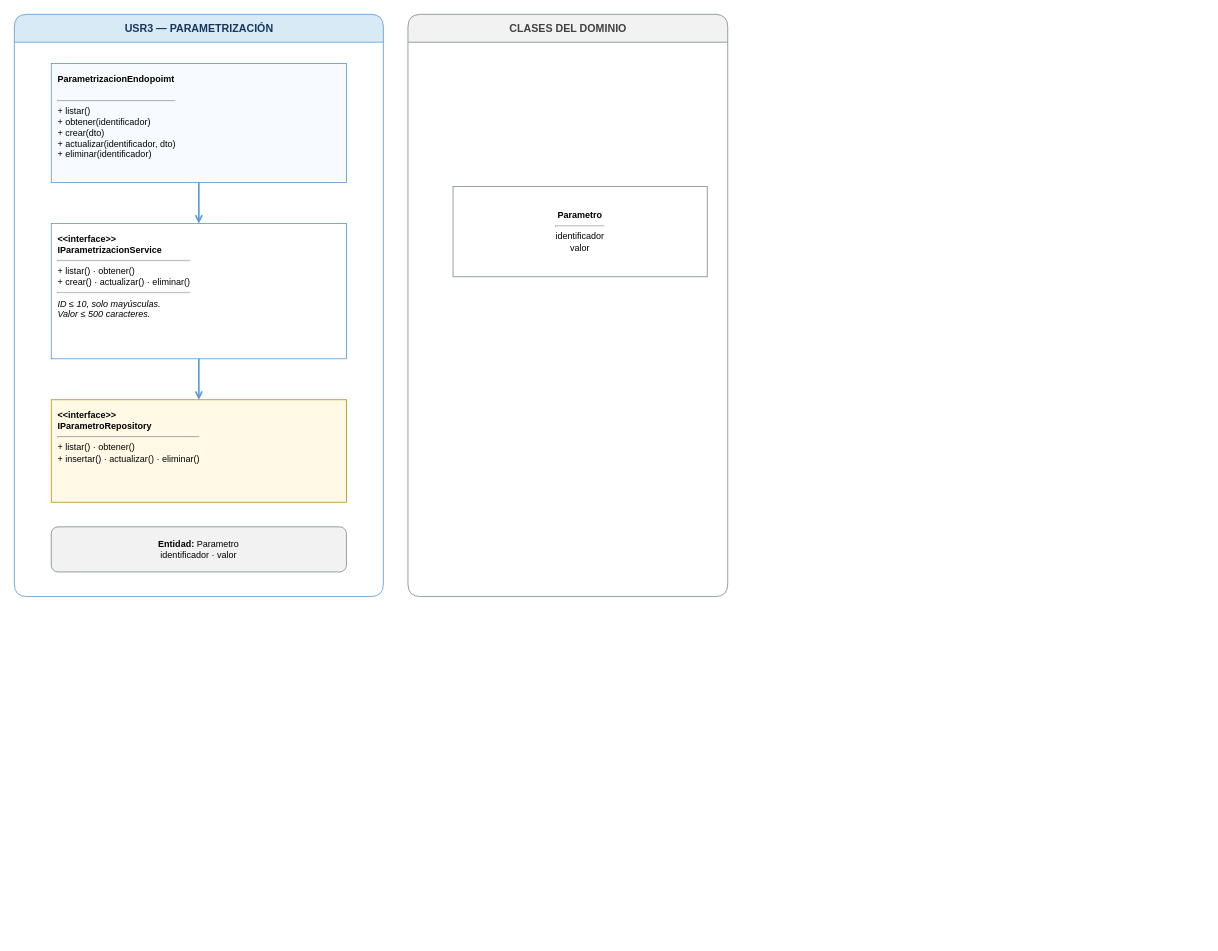
Before: Documentacion/Diagramas Generales/Clases/Microservicios/DiagramaClases_AdministracionParametrizacion.drawio in AskingManCode/MetaU, a draw.io diagram. Source tidied: cells renumbered, new cells numbered last; positions are measured from the earlier drawing's top-left corner, leaving out a move shared by most shapes. Both pictures are drawn from the tidied source at 82%, with x=0, y=0 at pixel (14, 14).
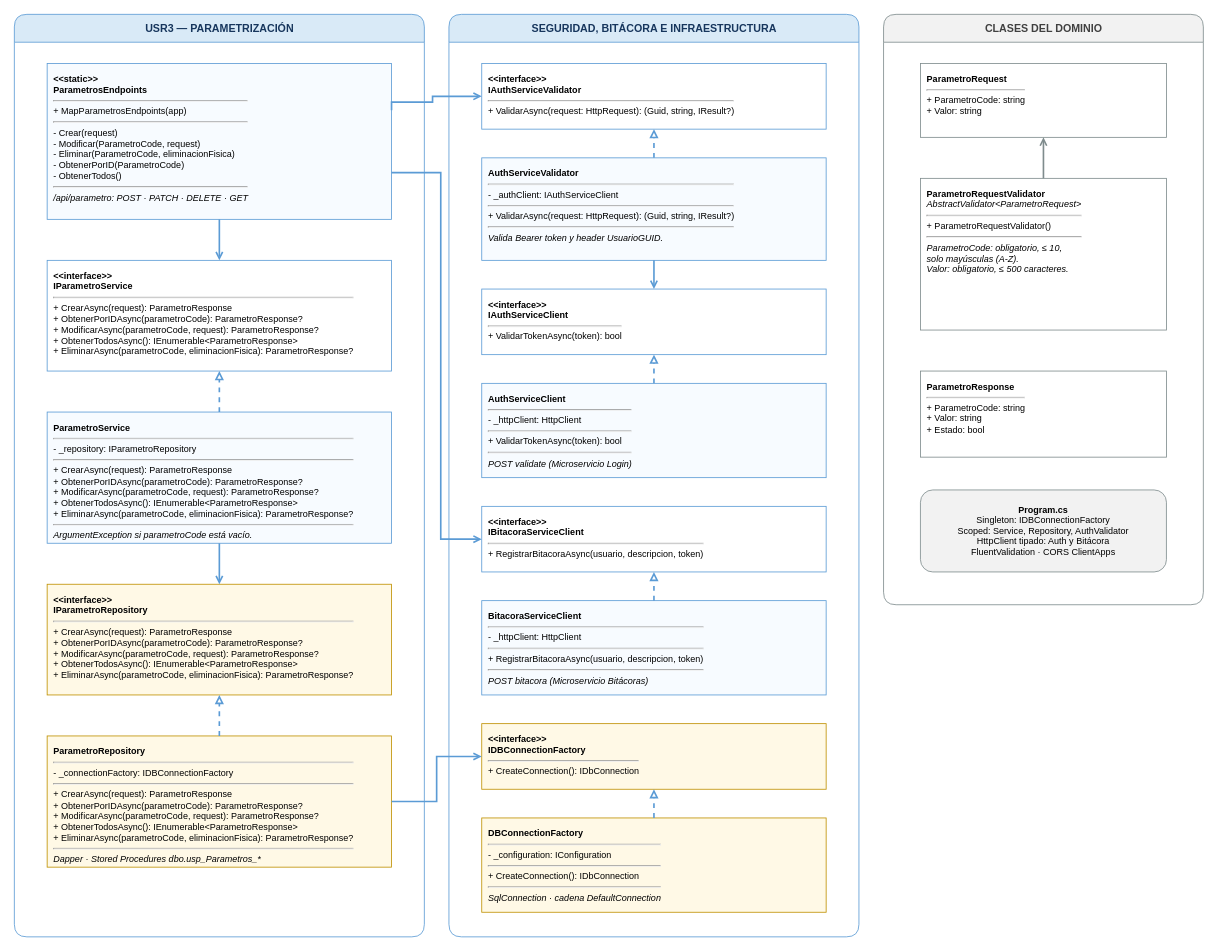
Above is the later version.

Commit message (it also covers changes not shown here):
feat: Agrega documentación y diagramas para el microservicio de parámetros

The edit, as a diff of the source:
```diff
@@
     <mxCell id="2" value="USR3 — PARAMETRIZACIÓN" style="swimlane;html=1;startSize=34;horizontal=1;rounded=1;fillColor=#D9EAF7;swimlaneFillColor=#FFFFFF;strokeColor=#5B9BD5;fontColor=#17365D;fontStyle=1;fontSize=13;" parent="1" vertex="1">
-      <mxGeometry width="450" height="710" as="geometry" />
+      <mxGeometry width="500" height="1125" as="geometry" />
     </mxCell>
+    <mxCell id="11" value="SEGURIDAD, BITÁCORA E INFRAESTRUCTURA" style="swimlane;html=1;startSize=34;horizontal=1;rounded=1;fillColor=#D9EAF7;swimlaneFillColor=#FFFFFF;strokeColor=#5B9BD5;fontColor=#17365D;fontStyle=1;fontSize=13;" parent="1" vertex="1">
+      <mxGeometry x="530" width="500" height="1125" as="geometry" />
+    </mxCell>
     <mxCell id="3" value="CLASES DEL DOMINIO" style="swimlane;html=1;startSize=34;horizontal=1;rounded=1;fillColor=#F2F2F2;swimlaneFillColor=#FFFFFF;strokeColor=#7F8C8D;fontColor=#404040;fontStyle=1;fontSize=13;" parent="1" vertex="1">
-      <mxGeometry x="480" width="390" height="710" as="geometry" />
+      <mxGeometry x="1060" width="390" height="720" as="geometry" />
     </mxCell>
-    <mxCell id="4" value="&lt;b&gt;ParametrizacionEndopoimt&lt;/b&gt;&lt;div&gt;&lt;b&gt;&lt;br&gt;&lt;/b&gt;&lt;hr&gt;+ listar()&lt;br&gt;+ obtener(identificador)&lt;br&gt;+ crear(dto)&lt;br&gt;+ actualizar(identificador, dto)&lt;br&gt;+ eliminar(identificador)&lt;/div&gt;" style="rounded=0;whiteSpace=wrap;html=1;align=left;verticalAlign=top;spacing=8;fillColor=#F7FBFF;strokeColor=#5B9BD5;fontSize=11;" parent="1" vertex="1">
-      <mxGeometry x="45" y="60" width="360" height="145" as="geometry" />
+    <mxCell id="4" value="&lt;b&gt;&amp;lt;&amp;lt;static&amp;gt;&amp;gt;&lt;br&gt;ParametrosEndpoints&lt;/b&gt;&lt;hr&gt;+ MapParametrosEndpoints(app)&lt;hr&gt;- Crear(request)&lt;br&gt;- Modificar(ParametroCode, request)&lt;br&gt;- Eliminar(ParametroCode, eliminacionFisica)&lt;br&gt;- ObtenerPorID(ParametroCode)&lt;br&gt;- ObtenerTodos()&lt;hr&gt;&lt;i&gt;/api/parametro: POST · PATCH · DELETE · GET&lt;/i&gt;" style="rounded=0;whiteSpace=wrap;html=1;align=left;verticalAlign=top;spacing=8;fillColor=#F7FBFF;strokeColor=#5B9BD5;fontSize=11;" parent="1" vertex="1">
+      <mxGeometry x="40" y="60" width="420" height="190" as="geometry" />
     </mxCell>
-    <mxCell id="5" value="&lt;b&gt;&amp;lt;&amp;lt;interface&amp;gt;&amp;gt;&lt;br&gt;IParametrizacionService&lt;/b&gt;&lt;hr&gt;+ listar() · obtener()&lt;br&gt;+ crear() · actualizar() · eliminar()&lt;hr&gt;&lt;i&gt;ID ≤ 10, solo mayúsculas.&lt;br&gt;Valor ≤ 500 caracteres.&lt;/i&gt;" style="rounded=0;whiteSpace=wrap;html=1;align=left;verticalAlign=top;spacing=8;fillColor=#FFFFFF;strokeColor=#5B9BD5;fontSize=11;" parent="1" vertex="1">
-      <mxGeometry x="45" y="255" width="360" height="165" as="geometry" />
+    <mxCell id="5" value="&lt;b&gt;&amp;lt;&amp;lt;interface&amp;gt;&amp;gt;&lt;br&gt;IParametroService&lt;/b&gt;&lt;hr&gt;+ CrearAsync(request): ParametroResponse&lt;br&gt;+ ObtenerPorIDAsync(parametroCode): ParametroResponse?&lt;br&gt;+ ModificarAsync(parametroCode, request): ParametroResponse?&lt;br&gt;+ ObtenerTodosAsync(): IEnumerable&amp;lt;ParametroResponse&amp;gt;&lt;br&gt;+ EliminarAsync(parametroCode, eliminacionFisica): ParametroResponse?" style="rounded=0;whiteSpace=wrap;html=1;align=left;verticalAlign=top;spacing=8;fillColor=#FFFFFF;strokeColor=#5B9BD5;fontSize=11;" parent="1" vertex="1">
+      <mxGeometry x="40" y="300" width="420" height="135" as="geometry" />
     </mxCell>
+    <mxCell id="12" value="&lt;b&gt;ParametroService&lt;/b&gt;&lt;hr&gt;- _repository: IParametroRepository&lt;hr&gt;+ CrearAsync(request): ParametroResponse&lt;br&gt;+ ObtenerPorIDAsync(parametroCode): ParametroResponse?&lt;br&gt;+ ModificarAsync(parametroCode, request): ParametroResponse?&lt;br&gt;+ ObtenerTodosAsync(): IEnumerable&amp;lt;ParametroResponse&amp;gt;&lt;br&gt;+ EliminarAsync(parametroCode, eliminacionFisica): ParametroResponse?&lt;hr&gt;&lt;i&gt;ArgumentException si parametroCode está vacío.&lt;/i&gt;" style="rounded=0;whiteSpace=wrap;html=1;align=left;verticalAlign=top;spacing=8;fillColor=#F7FBFF;strokeColor=#5B9BD5;fontSize=11;" parent="1" vertex="1">
+      <mxGeometry x="40" y="485" width="420" height="160" as="geometry" />
+    </mxCell>
-    <mxCell id="6" value="&lt;b&gt;&amp;lt;&amp;lt;interface&amp;gt;&amp;gt;&lt;br&gt;IParametroRepository&lt;/b&gt;&lt;hr&gt;+ listar() · obtener()&lt;br&gt;+ insertar() · actualizar() · eliminar()" style="rounded=0;whiteSpace=wrap;html=1;align=left;verticalAlign=top;spacing=8;fillColor=#FFF9E6;strokeColor=#BF9000;fontSize=11;" parent="1" vertex="1">
-      <mxGeometry x="45" y="470" width="360" height="125" as="geometry" />
+    <mxCell id="6" value="&lt;b&gt;&amp;lt;&amp;lt;interface&amp;gt;&amp;gt;&lt;br&gt;IParametroRepository&lt;/b&gt;&lt;hr&gt;+ CrearAsync(request): ParametroResponse&lt;br&gt;+ ObtenerPorIDAsync(parametroCode): ParametroResponse?&lt;br&gt;+ ModificarAsync(parametroCode, request): ParametroResponse?&lt;br&gt;+ ObtenerTodosAsync(): IEnumerable&amp;lt;ParametroResponse&amp;gt;&lt;br&gt;+ EliminarAsync(parametroCode, eliminacionFisica): ParametroResponse?" style="rounded=0;whiteSpace=wrap;html=1;align=left;verticalAlign=top;spacing=8;fillColor=#FFF9E6;strokeColor=#BF9000;fontSize=11;" parent="1" vertex="1">
+      <mxGeometry x="40" y="695" width="420" height="135" as="geometry" />
     </mxCell>
-    <mxCell id="7" value="&lt;b&gt;Entidad:&lt;/b&gt; Parametro&lt;br&gt;identificador · valor" style="rounded=1;whiteSpace=wrap;html=1;fillColor=#F2F2F2;strokeColor=#7F8C8D;fontSize=11;" parent="1" vertex="1">
-      <mxGeometry x="45" y="625" width="360" height="55" as="geometry" />
-    </mxCell>
+    <mxCell id="13" value="&lt;b&gt;ParametroRepository&lt;/b&gt;&lt;hr&gt;- _connectionFactory: IDBConnectionFactory&lt;hr&gt;+ CrearAsync(request): ParametroResponse&lt;br&gt;+ ObtenerPorIDAsync(parametroCode): ParametroResponse?&lt;br&gt;+ ModificarAsync(parametroCode, request): ParametroResponse?&lt;br&gt;+ ObtenerTodosAsync(): IEnumerable&amp;lt;ParametroResponse&amp;gt;&lt;br&gt;+ EliminarAsync(parametroCode, eliminacionFisica): ParametroResponse?&lt;hr&gt;&lt;i&gt;Dapper · Stored Procedures dbo.usp_Parametros_*&lt;/i&gt;" style="rounded=0;whiteSpace=wrap;html=1;align=left;verticalAlign=top;spacing=8;fillColor=#FFF9E6;strokeColor=#BF9000;fontSize=11;" parent="1" vertex="1">
+      <mxGeometry x="40" y="880" width="420" height="160" as="geometry" />
+    </mxCell>
@@
-    <mxCell id="9" style="edgeStyle=orthogonalEdgeStyle;rounded=0;html=1;endArrow=open;endFill=0;strokeWidth=2;strokeColor=#5B9BD5;" parent="1" edge="1" source="5" target="6">
+    <mxCell id="9" style="edgeStyle=orthogonalEdgeStyle;rounded=0;html=1;endArrow=block;endFill=0;dashed=1;strokeWidth=2;strokeColor=#5B9BD5;" parent="1" edge="1" source="12" target="5">
       <mxGeometry relative="1" as="geometry" />
     </mxCell>
-    <mxCell id="10" value="&lt;b&gt;Parametro&lt;/b&gt;&lt;hr&gt;identificador&lt;br&gt;valor" style="rounded=0;whiteSpace=wrap;html=1;fillColor=#FFFFFF;strokeColor=#7F8C8D;fontSize=11;" parent="1" vertex="1">
-      <mxGeometry x="535" y="210" width="310" height="110" as="geometry" />
-    </mxCell>
+    <mxCell id="14" style="edgeStyle=orthogonalEdgeStyle;rounded=0;html=1;endArrow=open;endFill=0;strokeWidth=2;strokeColor=#5B9BD5;" parent="1" edge="1" source="12" target="6">
+      <mxGeometry relative="1" as="geometry" />
+    </mxCell>
+    <mxCell id="15" style="edgeStyle=orthogonalEdgeStyle;rounded=0;html=1;endArrow=block;endFill=0;dashed=1;strokeWidth=2;strokeColor=#5B9BD5;" parent="1" edge="1" source="13" target="6">
+      <mxGeometry relative="1" as="geometry" />
+    </mxCell>
+    <mxCell id="16" value="&lt;b&gt;&amp;lt;&amp;lt;interface&amp;gt;&amp;gt;&lt;br&gt;IAuthServiceValidator&lt;/b&gt;&lt;hr&gt;+ ValidarAsync(request: HttpRequest): (Guid, string, IResult?)" style="rounded=0;whiteSpace=wrap;html=1;align=left;verticalAlign=top;spacing=8;fillColor=#FFFFFF;strokeColor=#5B9BD5;fontSize=11;" parent="1" vertex="1">
+      <mxGeometry x="570" y="60" width="420" height="80" as="geometry" />
+    </mxCell>
+    <mxCell id="17" value="&lt;b&gt;AuthServiceValidator&lt;/b&gt;&lt;hr&gt;- _authClient: IAuthServiceClient&lt;hr&gt;+ ValidarAsync(request: HttpRequest): (Guid, string, IResult?)&lt;hr&gt;&lt;i&gt;Valida Bearer token y header UsuarioGUID.&lt;/i&gt;" style="rounded=0;whiteSpace=wrap;html=1;align=left;verticalAlign=top;spacing=8;fillColor=#F7FBFF;strokeColor=#5B9BD5;fontSize=11;" parent="1" vertex="1">
+      <mxGeometry x="570" y="175" width="420" height="125" as="geometry" />
+    </mxCell>
+    <mxCell id="18" value="&lt;b&gt;&amp;lt;&amp;lt;interface&amp;gt;&amp;gt;&lt;br&gt;IAuthServiceClient&lt;/b&gt;&lt;hr&gt;+ ValidarTokenAsync(token): bool" style="rounded=0;whiteSpace=wrap;html=1;align=left;verticalAlign=top;spacing=8;fillColor=#FFFFFF;strokeColor=#5B9BD5;fontSize=11;" parent="1" vertex="1">
+      <mxGeometry x="570" y="335" width="420" height="80" as="geometry" />
+    </mxCell>
+    <mxCell id="19" value="&lt;b&gt;AuthServiceClient&lt;/b&gt;&lt;hr&gt;- _httpClient: HttpClient&lt;hr&gt;+ ValidarTokenAsync(token): bool&lt;hr&gt;&lt;i&gt;POST validate (Microservicio Login)&lt;/i&gt;" style="rounded=0;whiteSpace=wrap;html=1;align=left;verticalAlign=top;spacing=8;fillColor=#F7FBFF;strokeColor=#5B9BD5;fontSize=11;" parent="1" vertex="1">
+      <mxGeometry x="570" y="450" width="420" height="115" as="geometry" />
+    </mxCell>
+    <mxCell id="20" value="&lt;b&gt;&amp;lt;&amp;lt;interface&amp;gt;&amp;gt;&lt;br&gt;IBitacoraServiceClient&lt;/b&gt;&lt;hr&gt;+ RegistrarBitacoraAsync(usuario, descripcion, token)" style="rounded=0;whiteSpace=wrap;html=1;align=left;verticalAlign=top;spacing=8;fillColor=#FFFFFF;strokeColor=#5B9BD5;fontSize=11;" parent="1" vertex="1">
+      <mxGeometry x="570" y="600" width="420" height="80" as="geometry" />
+    </mxCell>
+    <mxCell id="21" value="&lt;b&gt;BitacoraServiceClient&lt;/b&gt;&lt;hr&gt;- _httpClient: HttpClient&lt;hr&gt;+ RegistrarBitacoraAsync(usuario, descripcion, token)&lt;hr&gt;&lt;i&gt;POST bitacora (Microservicio Bitácoras)&lt;/i&gt;" style="rounded=0;whiteSpace=wrap;html=1;align=left;verticalAlign=top;spacing=8;fillColor=#F7FBFF;strokeColor=#5B9BD5;fontSize=11;" parent="1" vertex="1">
+      <mxGeometry x="570" y="715" width="420" height="115" as="geometry" />
+    </mxCell>
+    <mxCell id="22" value="&lt;b&gt;&amp;lt;&amp;lt;interface&amp;gt;&amp;gt;&lt;br&gt;IDBConnectionFactory&lt;/b&gt;&lt;hr&gt;+ CreateConnection(): IDbConnection" style="rounded=0;whiteSpace=wrap;html=1;align=left;verticalAlign=top;spacing=8;fillColor=#FFF9E6;strokeColor=#BF9000;fontSize=11;" parent="1" vertex="1">
+      <mxGeometry x="570" y="865" width="420" height="80" as="geometry" />
+    </mxCell>
+    <mxCell id="23" value="&lt;b&gt;DBConnectionFactory&lt;/b&gt;&lt;hr&gt;- _configuration: IConfiguration&lt;hr&gt;+ CreateConnection(): IDbConnection&lt;hr&gt;&lt;i&gt;SqlConnection · cadena DefaultConnection&lt;/i&gt;" style="rounded=0;whiteSpace=wrap;html=1;align=left;verticalAlign=top;spacing=8;fillColor=#FFF9E6;strokeColor=#BF9000;fontSize=11;" parent="1" vertex="1">
+      <mxGeometry x="570" y="980" width="420" height="115" as="geometry" />
+    </mxCell>
+    <mxCell id="24" style="edgeStyle=orthogonalEdgeStyle;rounded=0;html=1;endArrow=block;endFill=0;dashed=1;strokeWidth=2;strokeColor=#5B9BD5;" parent="1" edge="1" source="17" target="16">
+      <mxGeometry relative="1" as="geometry" />
+    </mxCell>
+    <mxCell id="25" style="edgeStyle=orthogonalEdgeStyle;rounded=0;html=1;endArrow=open;endFill=0;strokeWidth=2;strokeColor=#5B9BD5;" parent="1" edge="1" source="17" target="18">
+      <mxGeometry relative="1" as="geometry" />
+    </mxCell>
+    <mxCell id="26" style="edgeStyle=orthogonalEdgeStyle;rounded=0;html=1;endArrow=block;endFill=0;dashed=1;strokeWidth=2;strokeColor=#5B9BD5;" parent="1" edge="1" source="19" target="18">
+      <mxGeometry relative="1" as="geometry" />
+    </mxCell>
+    <mxCell id="27" style="edgeStyle=orthogonalEdgeStyle;rounded=0;html=1;endArrow=block;endFill=0;dashed=1;strokeWidth=2;strokeColor=#5B9BD5;" parent="1" edge="1" source="21" target="20">
+      <mxGeometry relative="1" as="geometry" />
+    </mxCell>
+    <mxCell id="28" style="edgeStyle=orthogonalEdgeStyle;rounded=0;html=1;endArrow=block;endFill=0;dashed=1;strokeWidth=2;strokeColor=#5B9BD5;" parent="1" edge="1" source="23" target="22">
+      <mxGeometry relative="1" as="geometry" />
+    </mxCell>
+    <mxCell id="29" style="edgeStyle=orthogonalEdgeStyle;rounded=0;html=1;endArrow=open;endFill=0;strokeWidth=2;strokeColor=#5B9BD5;exitX=1;exitY=0.3;entryX=0;entryY=0.5;" parent="1" edge="1" source="4" target="16">
+      <mxGeometry relative="1" as="geometry">
+        <Array as="points">
+          <mxPoint x="510" y="107" />
+        </Array>
+      </mxGeometry>
+    </mxCell>
+    <mxCell id="30" style="edgeStyle=orthogonalEdgeStyle;rounded=0;html=1;endArrow=open;endFill=0;strokeWidth=2;strokeColor=#5B9BD5;exitX=1;exitY=0.7;entryX=0;entryY=0.5;" parent="1" edge="1" source="4" target="20">
+      <mxGeometry relative="1" as="geometry">
+        <Array as="points">
+          <mxPoint x="520" y="640" />
+        </Array>
+      </mxGeometry>
+    </mxCell>
+    <mxCell id="31" style="edgeStyle=orthogonalEdgeStyle;rounded=0;html=1;endArrow=open;endFill=0;strokeWidth=2;strokeColor=#5B9BD5;exitX=1;exitY=0.5;entryX=0;entryY=0.5;" parent="1" edge="1" source="13" target="22">
+      <mxGeometry relative="1" as="geometry">
+        <Array as="points">
+          <mxPoint x="515" y="905" />
+        </Array>
+      </mxGeometry>
+    </mxCell>
+    <mxCell id="32" value="&lt;b&gt;ParametroRequest&lt;/b&gt;&lt;hr&gt;+ ParametroCode: string&lt;br&gt;+ Valor: string" style="rounded=0;whiteSpace=wrap;html=1;align=left;verticalAlign=top;spacing=8;fillColor=#FFFFFF;strokeColor=#7F8C8D;fontSize=11;" parent="1" vertex="1">
+      <mxGeometry x="1105" y="60" width="300" height="90" as="geometry" />
+    </mxCell>
+    <mxCell id="33" value="&lt;b&gt;ParametroRequestValidator&lt;/b&gt;&lt;br&gt;&lt;i&gt;AbstractValidator&amp;lt;ParametroRequest&amp;gt;&lt;/i&gt;&lt;hr&gt;+ ParametroRequestValidator()&lt;hr&gt;&lt;i&gt;ParametroCode: obligatorio, ≤ 10,&lt;br&gt;solo mayúsculas (A-Z).&lt;br&gt;Valor: obligatorio, ≤ 500 caracteres.&lt;/i&gt;" style="rounded=0;whiteSpace=wrap;html=1;align=left;verticalAlign=top;spacing=8;fillColor=#FFFFFF;strokeColor=#7F8C8D;fontSize=11;" parent="1" vertex="1">
+      <mxGeometry x="1105" y="200" width="300" height="185" as="geometry" />
+    </mxCell>
+    <mxCell id="34" value="&lt;b&gt;ParametroResponse&lt;/b&gt;&lt;hr&gt;+ ParametroCode: string&lt;br&gt;+ Valor: string&lt;br&gt;+ Estado: bool" style="rounded=0;whiteSpace=wrap;html=1;align=left;verticalAlign=top;spacing=8;fillColor=#FFFFFF;strokeColor=#7F8C8D;fontSize=11;" parent="1" vertex="1">
+      <mxGeometry x="1105" y="435" width="300" height="105" as="geometry" />
+    </mxCell>
+    <mxCell id="7" value="&lt;b&gt;Program.cs&lt;/b&gt;&lt;br&gt;Singleton: IDBConnectionFactory&lt;br&gt;Scoped: Service, Repository, AuthValidator&lt;br&gt;HttpClient tipado: Auth y Bitácora&lt;br&gt;FluentValidation · CORS ClientApps" style="rounded=1;whiteSpace=wrap;html=1;fillColor=#F2F2F2;strokeColor=#7F8C8D;fontSize=11;" parent="1" vertex="1">
+      <mxGeometry x="1105" y="580" width="300" height="100" as="geometry" />
+    </mxCell>
+    <mxCell id="35" style="edgeStyle=orthogonalEdgeStyle;rounded=0;html=1;endArrow=open;endFill=0;strokeWidth=2;strokeColor=#7F8C8D;" parent="1" edge="1" source="33" target="32">
+      <mxGeometry relative="1" as="geometry" />
+    </mxCell>
```
